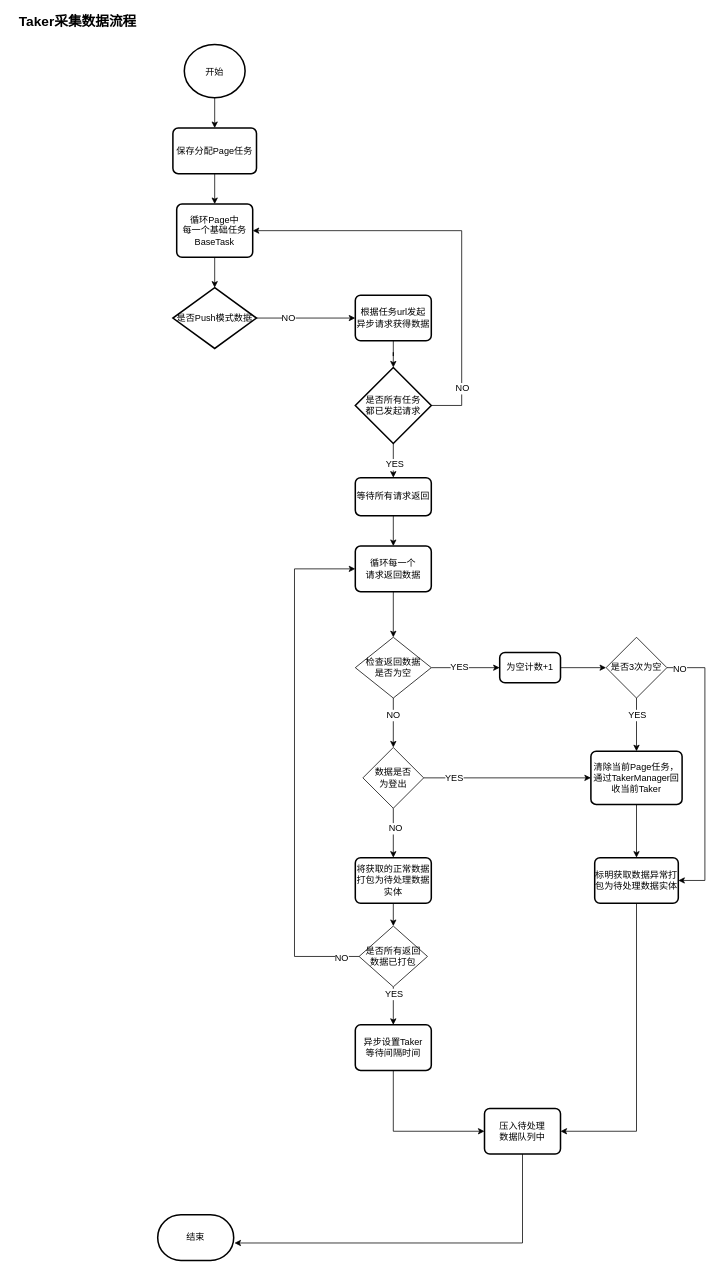
Above: page "Taker采集数据流程" (2 of 2) of 流程图.drawio in AugustusGao/CommonReptile (draw.io), before the change. Source tidied: cells renumbered, new cells numbered last; positions are measured from the earlier drawing's top-left corner, leaving out a move shared by most shapes. Both pictures are drawn from the tidied source at 76%, with x=0, y=0 at pixel (13, 14).
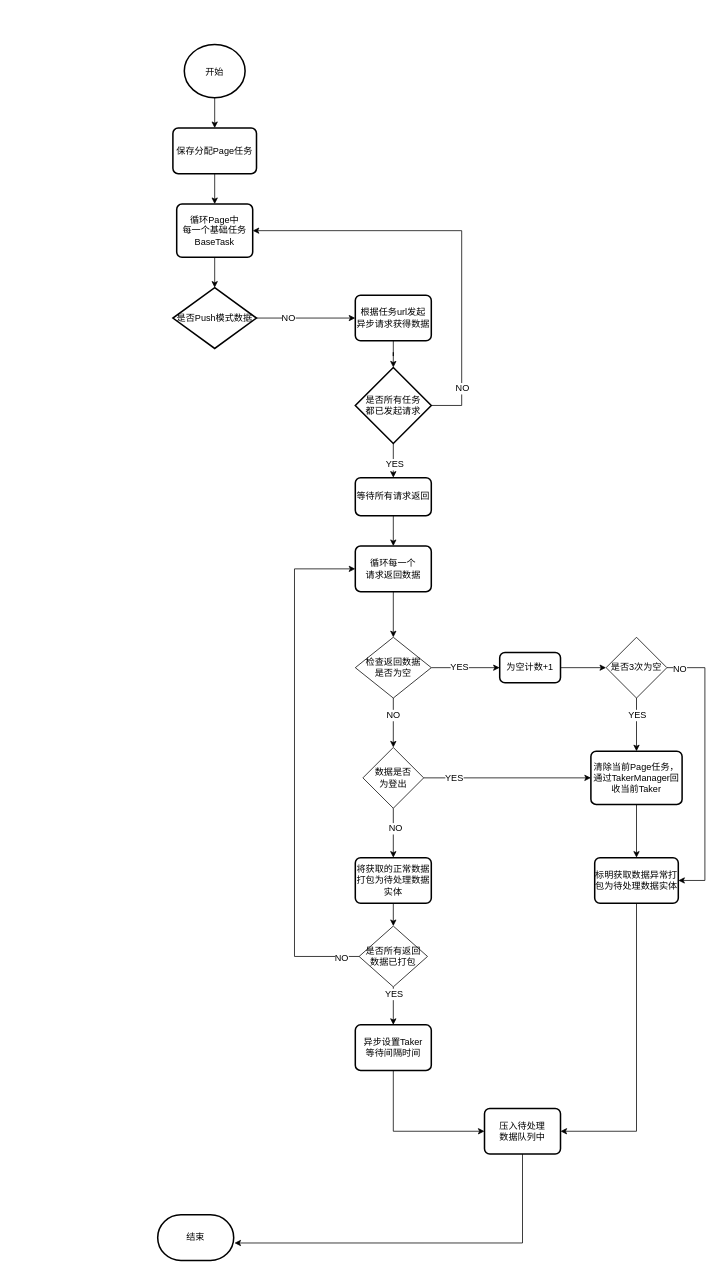
The same diagram, later.

The edit, as a diff of the source:
```diff
@@
-    <mxCell id="2" value="Taker采集数据流程" style="text;html=1;strokeColor=none;fillColor=none;align=center;verticalAlign=middle;whiteSpace=wrap;rounded=0;fontSize=18;fontStyle=1;" parent="1" vertex="1">
-      <mxGeometry width="170" height="20" as="geometry" />
-    </mxCell>
```
